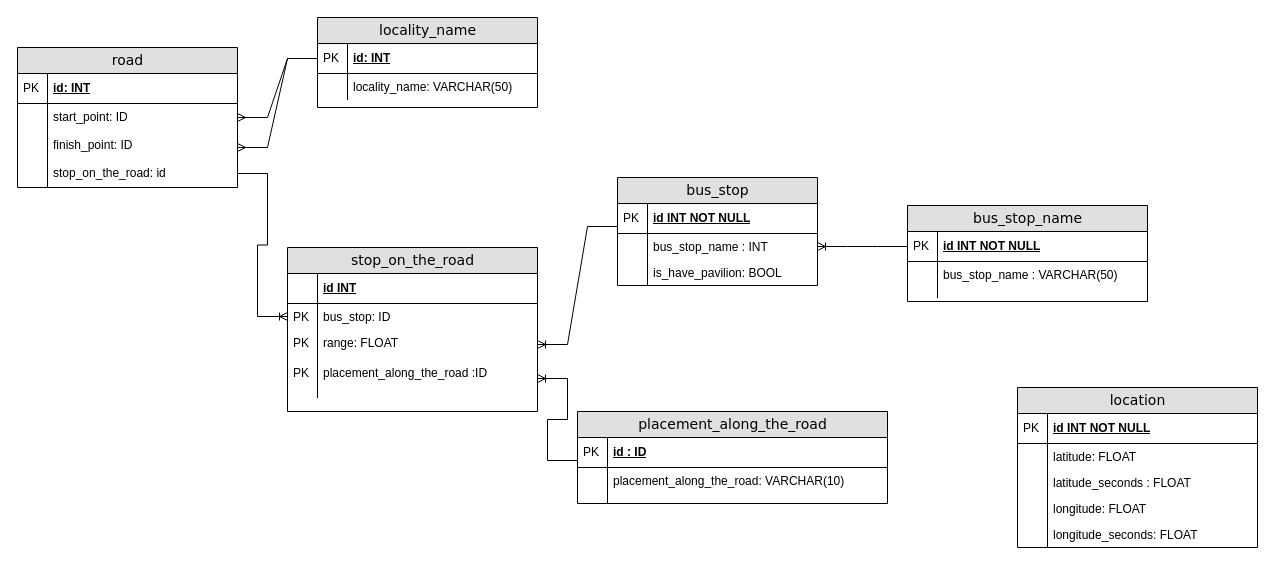
Earlier version of the draw.io diagram lab2/Untitled Diagram.drawio (omgwer/Databases). Source tidied: cells renumbered, new cells numbered last; positions are measured from the earlier drawing's top-left corner, leaving out a move shared by most shapes. Both pictures are drawn from the tidied source at 100%, with x=0, y=0 at pixel (17, 17).
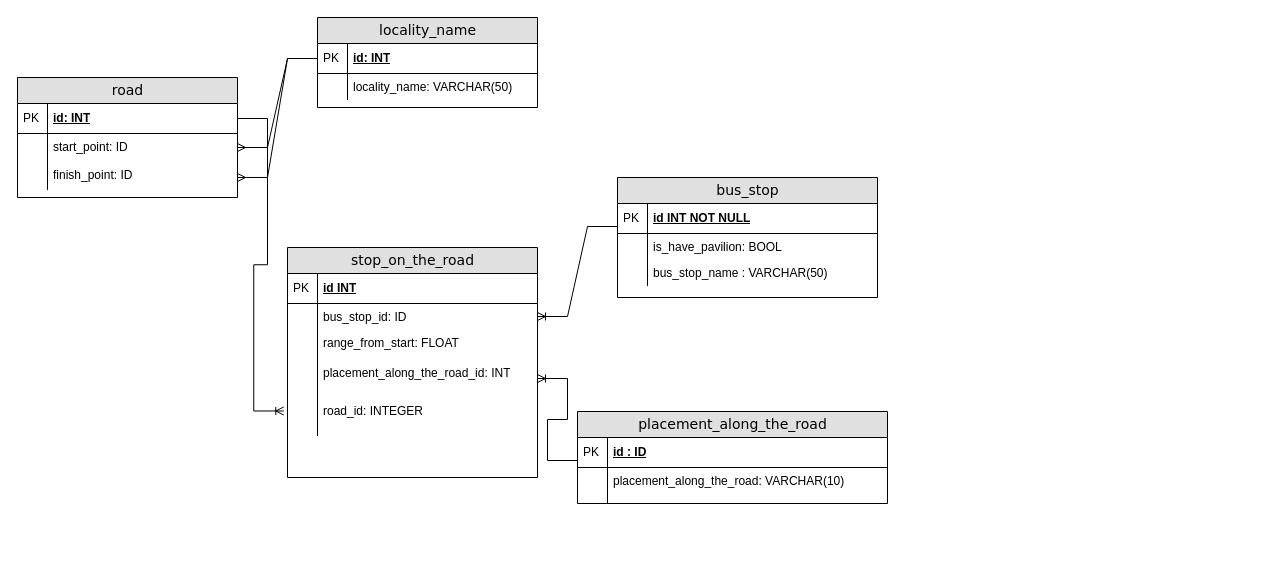
The same page after the edit.

The change refers to these unchanged cells:
```xml
<mxCell id="10" value="id: INT" style="shape=partialRectangle;top=0;left=0;right=0;bottom=1;html=1;align=left;verticalAlign=middle;fillColor=none;spacingLeft=34;spacingRight=4;whiteSpace=wrap;overflow=hidden;points=[[0,0.5],[1,0.5]];portConstraint=eastwest;fontStyle=5;" parent="9" vertex="1">
  <mxGeometry y="26" width="220" height="30" as="geometry" />
</mxCell>
<mxCell id="19" value="id INT" style="shape=partialRectangle;top=0;left=0;right=0;bottom=1;html=1;align=left;verticalAlign=middle;fillColor=none;spacingLeft=34;spacingRight=4;whiteSpace=wrap;overflow=hidden;fontStyle=5;" parent="18" vertex="1">
  <mxGeometry y="26" width="250" height="30" as="geometry" />
</mxCell>
```

Diff of the diagram source:
```diff
@@
-    <mxCell id="2" value="bus_stop_name" style="swimlane;html=1;fontStyle=0;horizontal=1;startSize=26;fillColor=#e0e0e0;swimlaneFillColor=#ffffff;align=center;rounded=0;shadow=0;comic=0;labelBackgroundColor=none;strokeWidth=1;fontFamily=Verdana;fontSize=14;" parent="1" vertex="1">
-      <mxGeometry x="890" y="188" width="240" height="96" as="geometry" />
-    </mxCell>
-    <mxCell id="3" value="id INT NOT NULL" style="shape=partialRectangle;top=0;left=0;right=0;bottom=1;html=1;align=left;verticalAlign=middle;fillColor=none;spacingLeft=34;spacingRight=4;whiteSpace=wrap;overflow=hidden;points=[[0,0.5],[1,0.5]];portConstraint=eastwest;fontStyle=5;" parent="2" vertex="1">
-      <mxGeometry y="26" width="240" height="30" as="geometry" />
-    </mxCell>
-    <mxCell id="4" value="PK" style="shape=partialRectangle;top=0;left=0;bottom=0;html=1;fillColor=none;align=left;verticalAlign=middle;spacingLeft=4;spacingRight=4;whiteSpace=wrap;overflow=hidden;" parent="3" vertex="1">
-      <mxGeometry width="30" height="30" as="geometry" />
-    </mxCell>
-    <mxCell id="5" value="bus_stop_name : VARCHAR(50)" style="shape=partialRectangle;top=0;left=0;right=0;bottom=0;html=1;align=left;verticalAlign=top;fillColor=none;spacingLeft=34;spacingRight=4;whiteSpace=wrap;overflow=hidden;" parent="2" vertex="1">
-      <mxGeometry y="56" width="240" height="26" as="geometry" />
-    </mxCell>
-    <mxCell id="6" style="shape=partialRectangle;top=0;left=0;bottom=0;html=1;fillColor=none;align=left;verticalAlign=top;spacingLeft=4;spacingRight=4;whiteSpace=wrap;overflow=hidden;" parent="5" vertex="1">
-      <mxGeometry width="30" height="26" as="geometry" />
-    </mxCell>
-    <mxCell id="7" style="shape=partialRectangle;top=0;left=0;right=0;bottom=0;html=1;align=left;verticalAlign=top;fillColor=none;spacingLeft=34;spacingRight=4;whiteSpace=wrap;overflow=hidden;" parent="2" vertex="1">
-      <mxGeometry y="82" width="240" height="10" as="geometry" />
-    </mxCell>
-    <mxCell id="8" style="shape=partialRectangle;top=0;left=0;bottom=0;html=1;fillColor=none;align=left;verticalAlign=top;spacingLeft=4;spacingRight=4;whiteSpace=wrap;overflow=hidden;" parent="7" vertex="1">
-      <mxGeometry width="30" height="10" as="geometry" />
-    </mxCell>
     <mxCell id="9" value="road" style="swimlane;html=1;fontStyle=0;horizontal=1;startSize=26;fillColor=#e0e0e0;swimlaneFillColor=#ffffff;align=center;rounded=0;shadow=0;comic=0;labelBackgroundColor=none;strokeWidth=1;fontFamily=Verdana;fontSize=14;" parent="1" vertex="1">
-      <mxGeometry y="30" width="220" height="140" as="geometry" />
+      <mxGeometry y="60" width="220" height="120" as="geometry" />
     </mxCell>
@@
-    <mxCell id="16" value="stop_on_the_road: id" style="shape=partialRectangle;top=0;left=0;right=0;bottom=0;html=1;align=left;verticalAlign=top;fillColor=none;spacingLeft=34;spacingRight=4;whiteSpace=wrap;overflow=hidden;points=[[0,0.5],[1,0.5]];portConstraint=eastwest;" parent="9" vertex="1">
-      <mxGeometry y="112" width="220" height="28" as="geometry" />
-    </mxCell>
-    <mxCell id="17" style="shape=partialRectangle;top=0;left=0;bottom=0;html=1;fillColor=none;align=left;verticalAlign=top;spacingLeft=4;spacingRight=4;whiteSpace=wrap;overflow=hidden;" parent="16" vertex="1">
-      <mxGeometry width="30" height="28" as="geometry" />
-    </mxCell>
     <mxCell id="18" value="stop_on_the_road" style="swimlane;html=1;fontStyle=0;horizontal=1;startSize=26;fillColor=#e0e0e0;swimlaneFillColor=#ffffff;align=center;rounded=0;shadow=0;comic=0;labelBackgroundColor=none;strokeWidth=1;fontFamily=Verdana;fontSize=14;" parent="1" vertex="1">
-      <mxGeometry x="270" y="230" width="250" height="164" as="geometry" />
+      <mxGeometry x="270" y="230" width="250" height="230" as="geometry" />
     </mxCell>
@@
-    <mxCell id="20" style="shape=partialRectangle;top=0;left=0;bottom=0;html=1;fillColor=none;align=left;verticalAlign=middle;spacingLeft=4;spacingRight=4;whiteSpace=wrap;overflow=hidden;" parent="19" vertex="1">
+    <mxCell id="20" value="PK" style="shape=partialRectangle;top=0;left=0;bottom=0;html=1;fillColor=none;align=left;verticalAlign=middle;spacingLeft=4;spacingRight=4;whiteSpace=wrap;overflow=hidden;" parent="19" vertex="1">
       <mxGeometry width="30" height="30" as="geometry" />
     </mxCell>
-    <mxCell id="21" value="bus_stop: ID" style="shape=partialRectangle;top=0;left=0;right=0;bottom=0;html=1;align=left;verticalAlign=top;fillColor=none;spacingLeft=34;spacingRight=4;whiteSpace=wrap;overflow=hidden;points=[[0,0.5],[1,0.5]];portConstraint=eastwest;" parent="18" vertex="1">
+    <mxCell id="21" value="bus_stop_id: ID" style="shape=partialRectangle;top=0;left=0;right=0;bottom=0;html=1;align=left;verticalAlign=top;fillColor=none;spacingLeft=34;spacingRight=4;whiteSpace=wrap;overflow=hidden;points=[[0,0.5],[1,0.5]];portConstraint=eastwest;" parent="18" vertex="1">
       <mxGeometry y="56" width="250" height="26" as="geometry" />
     </mxCell>
-    <mxCell id="22" value="PK" style="shape=partialRectangle;top=0;left=0;bottom=0;html=1;fillColor=none;align=left;verticalAlign=top;spacingLeft=4;spacingRight=4;whiteSpace=wrap;overflow=hidden;" parent="21" vertex="1">
+    <mxCell id="22" style="shape=partialRectangle;top=0;left=0;bottom=0;html=1;fillColor=none;align=left;verticalAlign=top;spacingLeft=4;spacingRight=4;whiteSpace=wrap;overflow=hidden;" parent="21" vertex="1">
       <mxGeometry width="30" height="26" as="geometry" />
     </mxCell>
-    <mxCell id="23" value="range: FLOAT" style="shape=partialRectangle;top=0;left=0;right=0;bottom=0;html=1;align=left;verticalAlign=top;fillColor=none;spacingLeft=34;spacingRight=4;whiteSpace=wrap;overflow=hidden;points=[[0,0.5],[1,0.5]];portConstraint=eastwest;" parent="18" vertex="1">
+    <mxCell id="23" value="range_from_start: FLOAT" style="shape=partialRectangle;top=0;left=0;right=0;bottom=0;html=1;align=left;verticalAlign=top;fillColor=none;spacingLeft=34;spacingRight=4;whiteSpace=wrap;overflow=hidden;points=[[0,0.5],[1,0.5]];portConstraint=eastwest;" parent="18" vertex="1">
       <mxGeometry y="82" width="250" height="30" as="geometry" />
     </mxCell>
-    <mxCell id="24" value="PK" style="shape=partialRectangle;top=0;left=0;bottom=0;html=1;fillColor=none;align=left;verticalAlign=top;spacingLeft=4;spacingRight=4;whiteSpace=wrap;overflow=hidden;" parent="23" vertex="1">
+    <mxCell id="24" style="shape=partialRectangle;top=0;left=0;bottom=0;html=1;fillColor=none;align=left;verticalAlign=top;spacingLeft=4;spacingRight=4;whiteSpace=wrap;overflow=hidden;" parent="23" vertex="1">
       <mxGeometry width="30" height="30" as="geometry" />
     </mxCell>
-    <mxCell id="25" value="placement_along_the_road :ID" style="shape=partialRectangle;top=0;left=0;right=0;bottom=0;html=1;align=left;verticalAlign=top;fillColor=none;spacingLeft=34;spacingRight=4;whiteSpace=wrap;overflow=hidden;points=[[0,0.5],[1,0.5]];portConstraint=eastwest;" parent="18" vertex="1">
+    <mxCell id="25" value="placement_along_the_road_id: INT" style="shape=partialRectangle;top=0;left=0;right=0;bottom=0;html=1;align=left;verticalAlign=top;fillColor=none;spacingLeft=34;spacingRight=4;whiteSpace=wrap;overflow=hidden;points=[[0,0.5],[1,0.5]];portConstraint=eastwest;" parent="18" vertex="1">
       <mxGeometry y="112" width="250" height="38" as="geometry" />
     </mxCell>
-    <mxCell id="26" value="PK" style="shape=partialRectangle;top=0;left=0;bottom=0;html=1;fillColor=none;align=left;verticalAlign=top;spacingLeft=4;spacingRight=4;whiteSpace=wrap;overflow=hidden;" parent="25" vertex="1">
+    <mxCell id="26" style="shape=partialRectangle;top=0;left=0;bottom=0;html=1;fillColor=none;align=left;verticalAlign=top;spacingLeft=4;spacingRight=4;whiteSpace=wrap;overflow=hidden;" parent="25" vertex="1">
       <mxGeometry width="30" height="38" as="geometry" />
     </mxCell>
+    <mxCell id="63" value="road_id: INTEGER" style="shape=partialRectangle;top=0;left=0;right=0;bottom=0;html=1;align=left;verticalAlign=top;fillColor=none;spacingLeft=34;spacingRight=4;whiteSpace=wrap;overflow=hidden;points=[[0,0.5],[1,0.5]];portConstraint=eastwest;" parent="18" vertex="1">
+      <mxGeometry y="150" width="250" height="38" as="geometry" />
+    </mxCell>
+    <mxCell id="64" style="shape=partialRectangle;top=0;left=0;bottom=0;html=1;fillColor=none;align=left;verticalAlign=top;spacingLeft=4;spacingRight=4;whiteSpace=wrap;overflow=hidden;" parent="63" vertex="1">
+      <mxGeometry width="30" height="38" as="geometry" />
+    </mxCell>
     <mxCell id="27" value="bus_stop" style="swimlane;html=1;fontStyle=0;horizontal=1;startSize=26;fillColor=#e0e0e0;swimlaneFillColor=#ffffff;align=center;rounded=0;shadow=0;comic=0;labelBackgroundColor=none;strokeWidth=1;fontFamily=Verdana;fontSize=14;" parent="1" vertex="1">
-      <mxGeometry x="600" y="160" width="200" height="108" as="geometry" />
+      <mxGeometry x="600" y="160" width="260" height="120" as="geometry" />
     </mxCell>
     <mxCell id="28" value="id INT NOT NULL" style="shape=partialRectangle;top=0;left=0;right=0;bottom=1;html=1;align=left;verticalAlign=middle;fillColor=none;spacingLeft=34;spacingRight=4;whiteSpace=wrap;overflow=hidden;points=[[0,0.5],[1,0.5]];portConstraint=eastwest;fontStyle=5;" parent="27" vertex="1">
-      <mxGeometry y="26" width="200" height="30" as="geometry" />
+      <mxGeometry y="26" width="260" height="30" as="geometry" />
     </mxCell>
@@
-    <mxCell id="30" value="bus_stop_name : INT" style="shape=partialRectangle;top=0;left=0;right=0;bottom=0;html=1;align=left;verticalAlign=top;fillColor=none;spacingLeft=34;spacingRight=4;whiteSpace=wrap;overflow=hidden;points=[[0,0.5],[1,0.5]];portConstraint=eastwest;" parent="27" vertex="1">
-      <mxGeometry y="56" width="200" height="26" as="geometry" />
-    </mxCell>
-    <mxCell id="31" style="shape=partialRectangle;top=0;left=0;bottom=0;html=1;fillColor=none;align=left;verticalAlign=top;spacingLeft=4;spacingRight=4;whiteSpace=wrap;overflow=hidden;" parent="30" vertex="1">
-      <mxGeometry width="30" height="26" as="geometry" />
-    </mxCell>
     <mxCell id="32" value="is_have_pavilion: BOOL" style="shape=partialRectangle;top=0;left=0;right=0;bottom=0;html=1;align=left;verticalAlign=top;fillColor=none;spacingLeft=34;spacingRight=4;whiteSpace=wrap;overflow=hidden;" parent="27" vertex="1">
-      <mxGeometry y="82" width="200" height="26" as="geometry" />
+      <mxGeometry y="56" width="260" height="26" as="geometry" />
     </mxCell>
@@
+    <mxCell id="5" value="bus_stop_name : VARCHAR(50)" style="shape=partialRectangle;top=0;left=0;right=0;bottom=0;html=1;align=left;verticalAlign=top;fillColor=none;spacingLeft=34;spacingRight=4;whiteSpace=wrap;overflow=hidden;" parent="27" vertex="1">
+      <mxGeometry y="82" width="260" height="26" as="geometry" />
+    </mxCell>
+    <mxCell id="65" style="shape=partialRectangle;top=0;left=0;bottom=0;html=1;fillColor=none;align=left;verticalAlign=top;spacingLeft=4;spacingRight=4;whiteSpace=wrap;overflow=hidden;" parent="5" vertex="1">
+      <mxGeometry width="30" height="26" as="geometry" />
+    </mxCell>
@@
-    <mxCell id="41" value="location" style="swimlane;html=1;fontStyle=0;horizontal=1;startSize=26;fillColor=#e0e0e0;swimlaneFillColor=#ffffff;align=center;rounded=0;shadow=0;comic=0;labelBackgroundColor=none;strokeWidth=1;fontFamily=Verdana;fontSize=14;" parent="1" vertex="1">
-      <mxGeometry x="1000" y="370" width="240" height="160" as="geometry" />
-    </mxCell>
-    <mxCell id="42" value="id INT NOT NULL" style="shape=partialRectangle;top=0;left=0;right=0;bottom=1;html=1;align=left;verticalAlign=middle;fillColor=none;spacingLeft=34;spacingRight=4;whiteSpace=wrap;overflow=hidden;fontStyle=5;" parent="41" vertex="1">
-      <mxGeometry y="26" width="240" height="30" as="geometry" />
-    </mxCell>
-    <mxCell id="43" value="PK" style="shape=partialRectangle;top=0;left=0;bottom=0;html=1;fillColor=none;align=left;verticalAlign=middle;spacingLeft=4;spacingRight=4;whiteSpace=wrap;overflow=hidden;" parent="42" vertex="1">
-      <mxGeometry width="30" height="30" as="geometry" />
-    </mxCell>
-    <mxCell id="44" value="latitude: FLOAT" style="shape=partialRectangle;top=0;left=0;right=0;bottom=0;html=1;align=left;verticalAlign=top;fillColor=none;spacingLeft=34;spacingRight=4;whiteSpace=wrap;overflow=hidden;" parent="41" vertex="1">
-      <mxGeometry y="56" width="240" height="26" as="geometry" />
-    </mxCell>
-    <mxCell id="45" style="shape=partialRectangle;top=0;left=0;bottom=0;html=1;fillColor=none;align=left;verticalAlign=top;spacingLeft=4;spacingRight=4;whiteSpace=wrap;overflow=hidden;" parent="44" vertex="1">
-      <mxGeometry width="30" height="26" as="geometry" />
-    </mxCell>
-    <mxCell id="46" value="latitude_seconds : FLOAT" style="shape=partialRectangle;top=0;left=0;right=0;bottom=0;html=1;align=left;verticalAlign=top;fillColor=none;spacingLeft=34;spacingRight=4;whiteSpace=wrap;overflow=hidden;" parent="41" vertex="1">
-      <mxGeometry y="82" width="240" height="26" as="geometry" />
-    </mxCell>
-    <mxCell id="47" style="shape=partialRectangle;top=0;left=0;bottom=0;html=1;fillColor=none;align=left;verticalAlign=top;spacingLeft=4;spacingRight=4;whiteSpace=wrap;overflow=hidden;" parent="46" vertex="1">
-      <mxGeometry width="30" height="26" as="geometry" />
-    </mxCell>
-    <mxCell id="48" value="longitude: FLOAT" style="shape=partialRectangle;top=0;left=0;right=0;bottom=0;html=1;align=left;verticalAlign=top;fillColor=none;spacingLeft=34;spacingRight=4;whiteSpace=wrap;overflow=hidden;" parent="41" vertex="1">
-      <mxGeometry y="108" width="240" height="26" as="geometry" />
-    </mxCell>
-    <mxCell id="49" style="shape=partialRectangle;top=0;left=0;bottom=0;html=1;fillColor=none;align=left;verticalAlign=top;spacingLeft=4;spacingRight=4;whiteSpace=wrap;overflow=hidden;" parent="48" vertex="1">
-      <mxGeometry width="30" height="26" as="geometry" />
-    </mxCell>
-    <mxCell id="50" value="longitude_seconds: FLOAT" style="shape=partialRectangle;top=0;left=0;right=0;bottom=0;html=1;align=left;verticalAlign=top;fillColor=none;spacingLeft=34;spacingRight=4;whiteSpace=wrap;overflow=hidden;" parent="41" vertex="1">
-      <mxGeometry y="134" width="240" height="26" as="geometry" />
-    </mxCell>
-    <mxCell id="51" style="shape=partialRectangle;top=0;left=0;bottom=0;html=1;fillColor=none;align=left;verticalAlign=top;spacingLeft=4;spacingRight=4;whiteSpace=wrap;overflow=hidden;" parent="50" vertex="1">
-      <mxGeometry width="30" height="26" as="geometry" />
-    </mxCell>
@@
-    <mxCell id="57" style="edgeStyle=entityRelationEdgeStyle;fontSize=12;html=1;endArrow=ERoneToMany;rounded=0;exitX=0;exitY=0.5;exitDx=0;exitDy=0;entryX=1;entryY=0.5;entryDx=0;entryDy=0;" parent="1" edge="1" source="3" target="30">
-      <mxGeometry relative="1" as="geometry" />
-    </mxCell>
-    <mxCell id="58" style="edgeStyle=entityRelationEdgeStyle;fontSize=12;html=1;endArrow=ERoneToMany;rounded=0;exitX=1;exitY=0.5;exitDx=0;exitDy=0;entryX=0;entryY=0.5;entryDx=0;entryDy=0;" parent="1" edge="1" source="16" target="21">
+    <mxCell id="58" style="edgeStyle=entityRelationEdgeStyle;fontSize=12;html=1;endArrow=ERoneToMany;rounded=0;exitX=1;exitY=0.5;exitDx=0;exitDy=0;entryX=-0.015;entryY=0.355;entryDx=0;entryDy=0;entryPerimeter=0;" parent="1" edge="1" source="10" target="63">
       <mxGeometry relative="1" as="geometry" />
     </mxCell>
@@
-    <mxCell id="61" style="edgeStyle=entityRelationEdgeStyle;fontSize=12;html=1;endArrow=ERoneToMany;rounded=0;exitX=0;exitY=0.767;exitDx=0;exitDy=0;exitPerimeter=0;entryX=1;entryY=0.5;entryDx=0;entryDy=0;" parent="1" edge="1" source="28" target="23">
+    <mxCell id="61" style="edgeStyle=entityRelationEdgeStyle;fontSize=12;html=1;endArrow=ERoneToMany;rounded=0;exitX=0;exitY=0.767;exitDx=0;exitDy=0;exitPerimeter=0;entryX=1;entryY=0.5;entryDx=0;entryDy=0;" parent="1" edge="1" source="28" target="21">
       <mxGeometry relative="1" as="geometry" />
     </mxCell>
```
